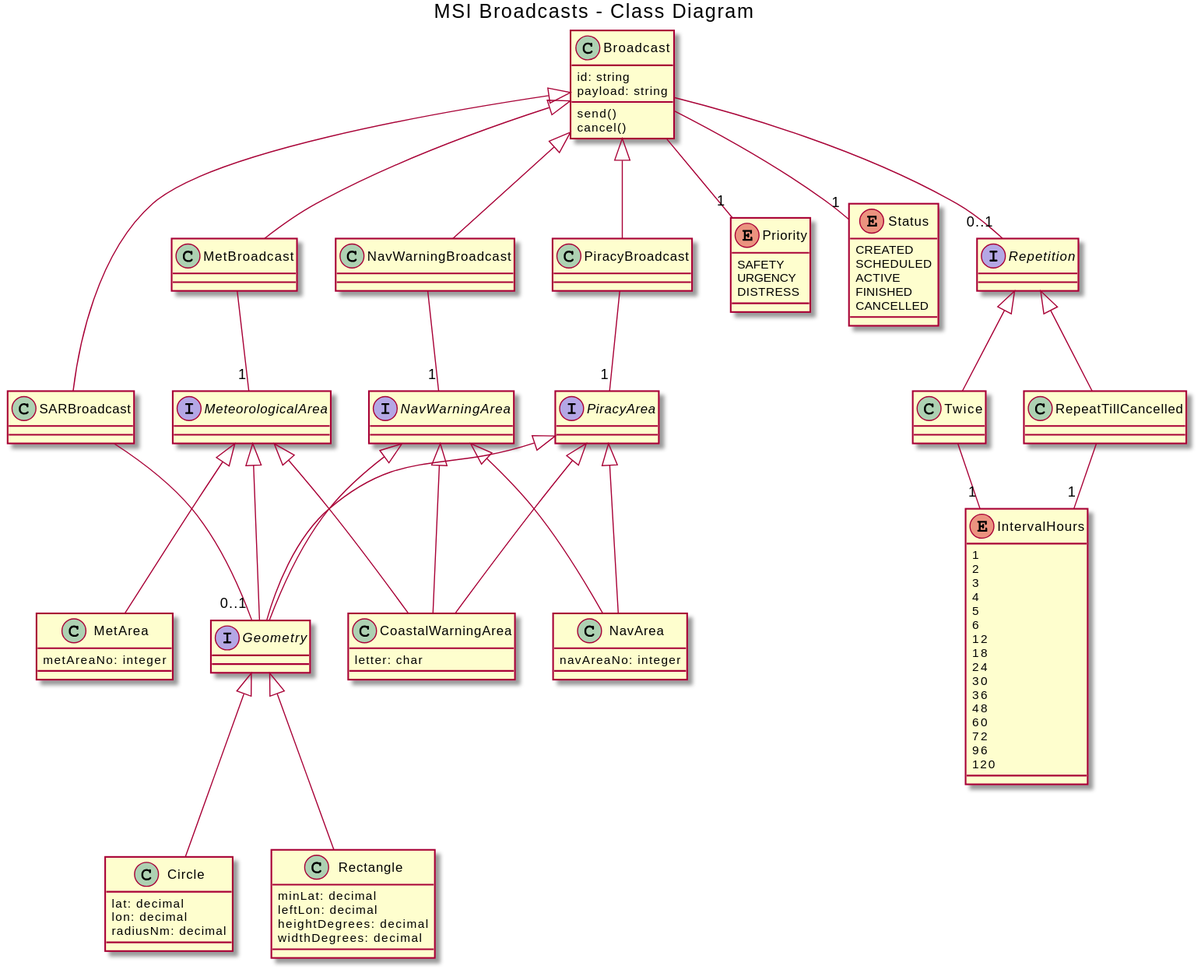
amsa-code/egc-api keeps this PlantUML diagram as c-code-class-diagram.svg. Above is the earlier version.
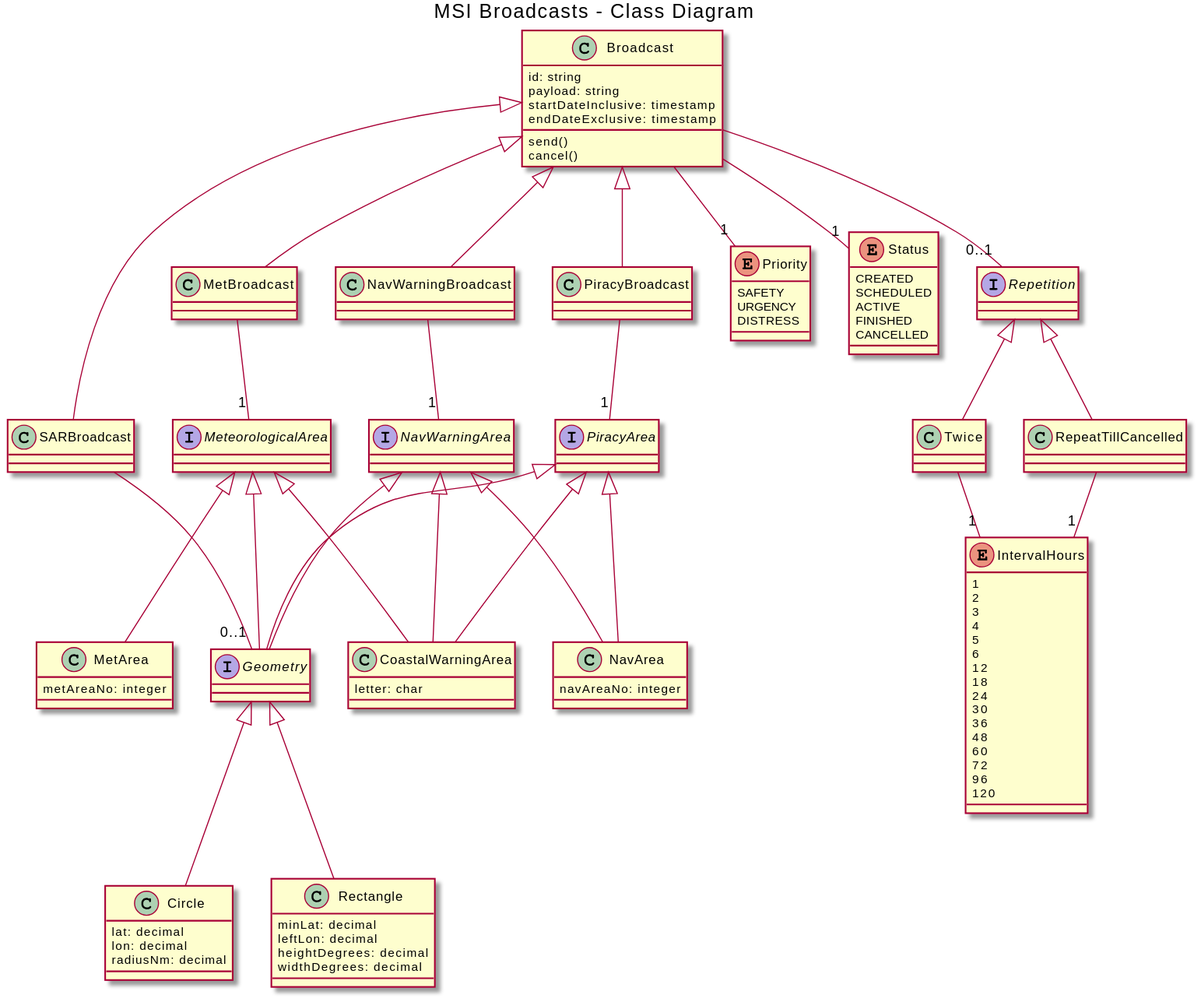
After the commit.

The edit, as a diff of the source:
```diff
@@ -4,6 +4,8 @@
 class Broadcast {
   id: string
   payload: string
+  startDateInclusive: timestamp
+  endDateExclusive: timestamp
   send()
   cancel()
 }
```
